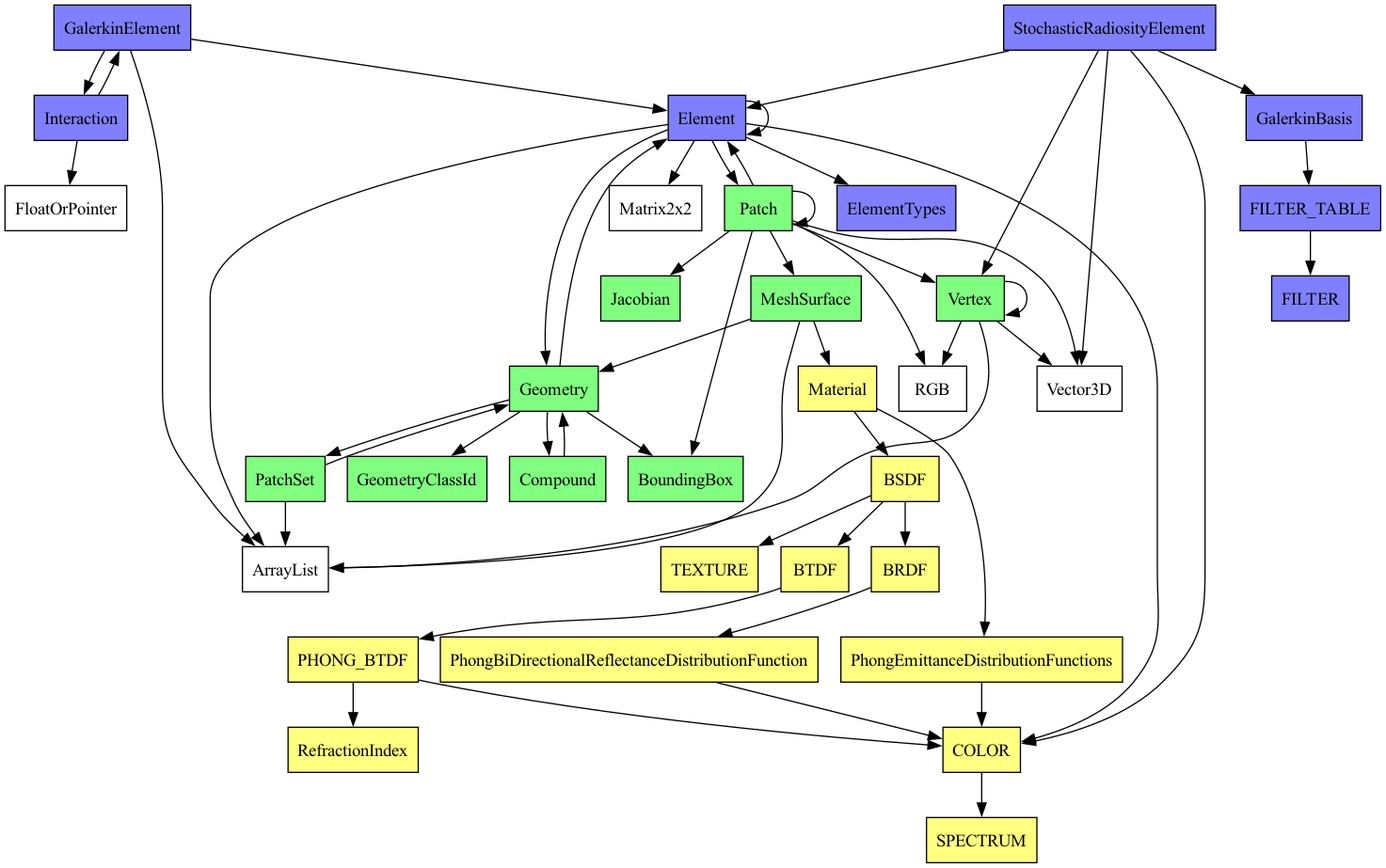
OscarChavarro/rpkCpp keeps this Graphviz diagram as doc/coreModelClasses.png. Above is the earlier version. Its source is kept beside it as doc/coreModelClasses.dot.
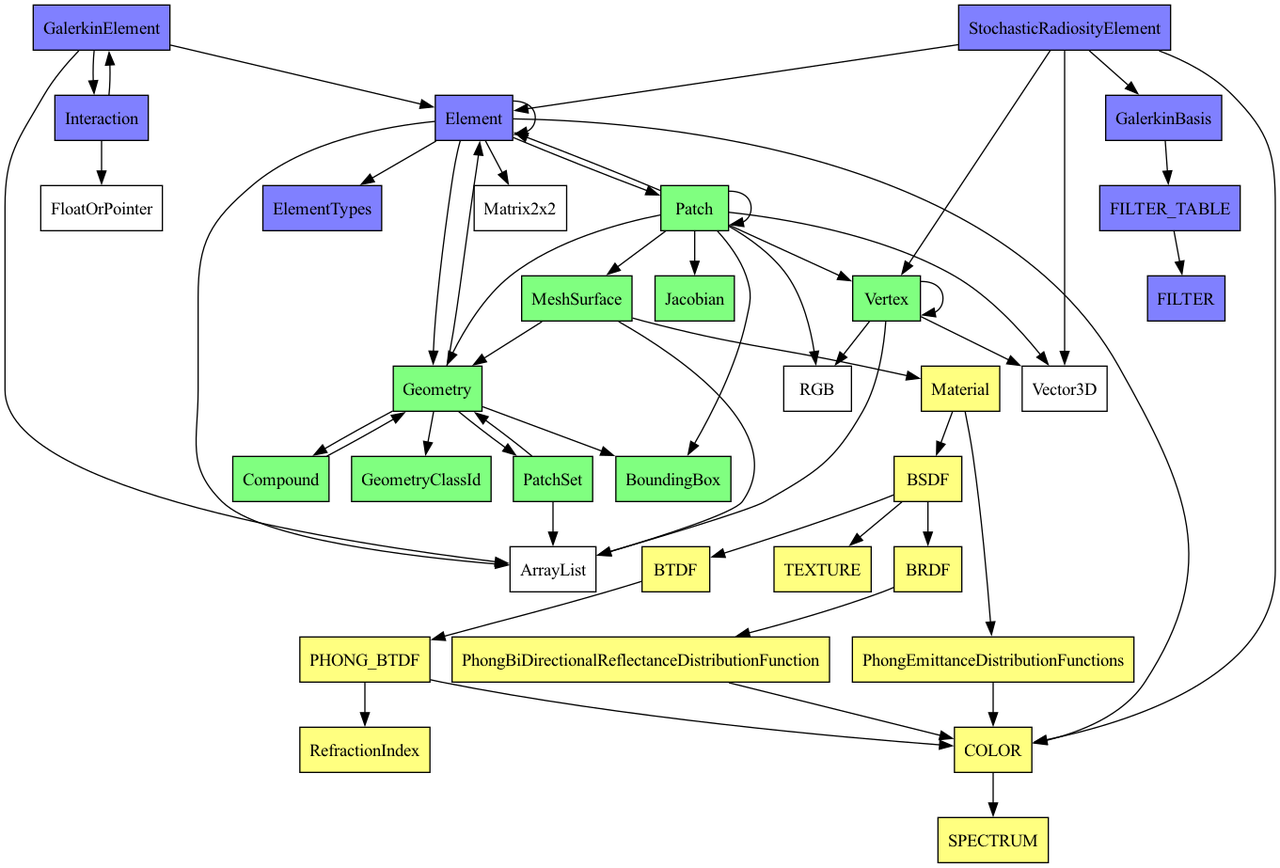
After the change.

Commit message:
Doc: Class diagram updated

Change to the diagram source:
```diff
@@ -67,6 +67,7 @@
     Patch -> Jacobian;
     Patch -> RGB;
     Patch -> Element;
+    Patch -> Geometry;
     Patch -> MeshSurface;
     PhongEmittanceDistributionFunctions -> COLOR;
     PhongBiDirectionalReflectanceDistributionFunction -> COLOR;
```
